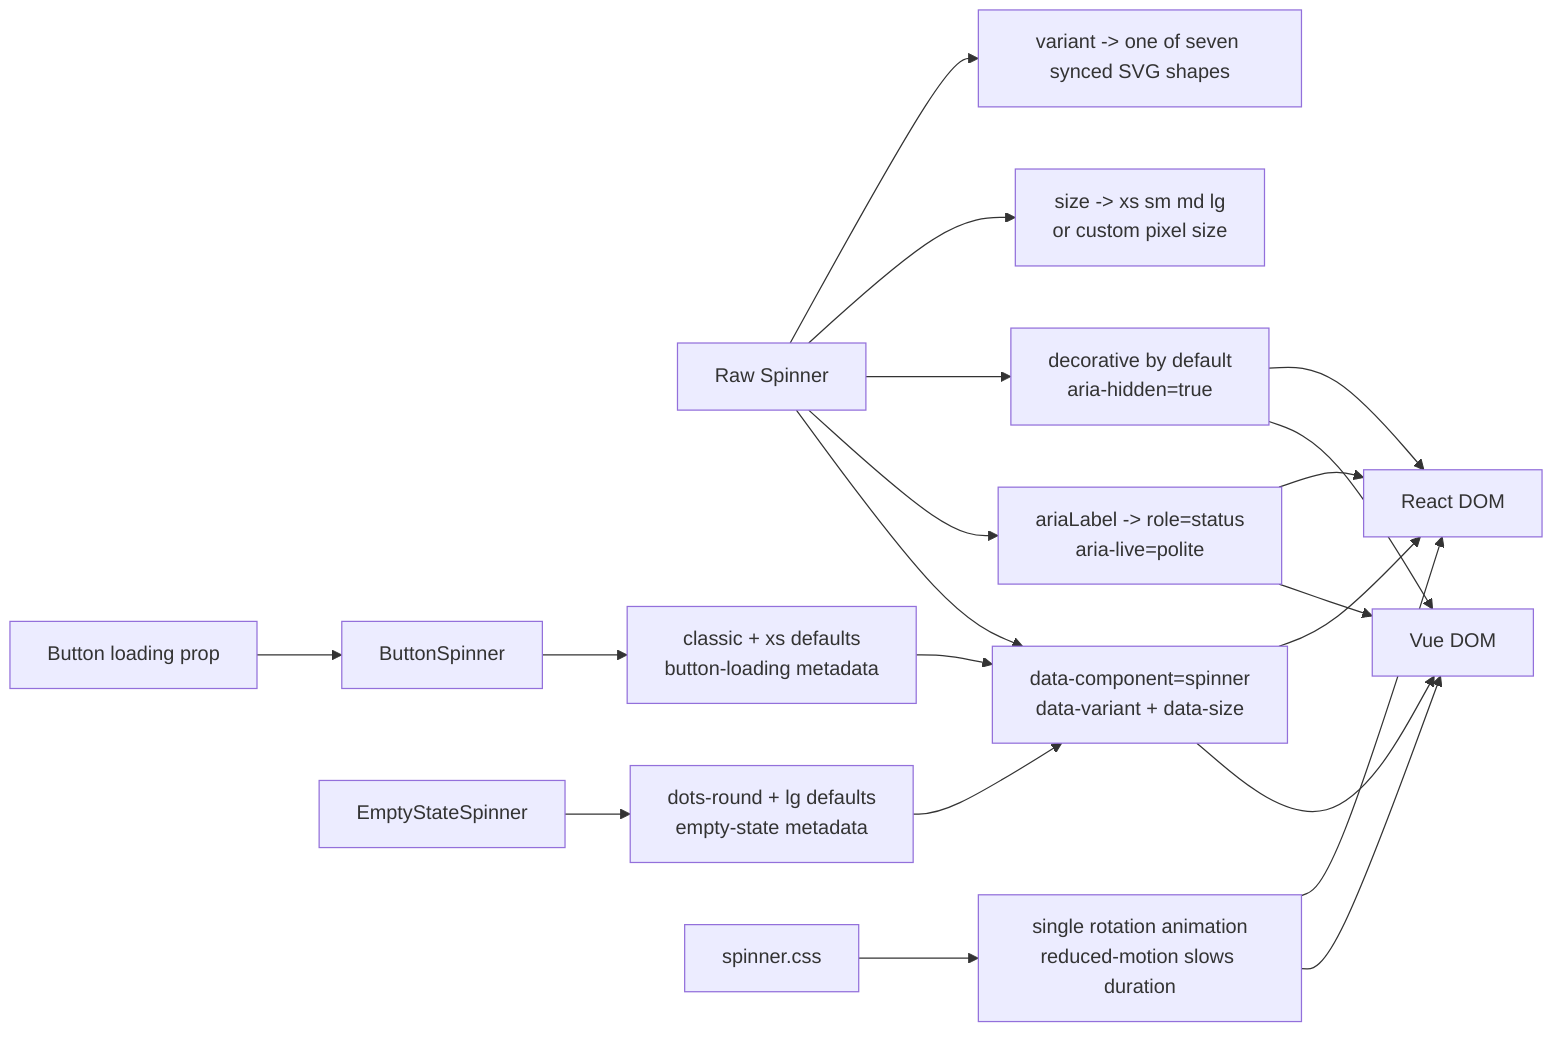
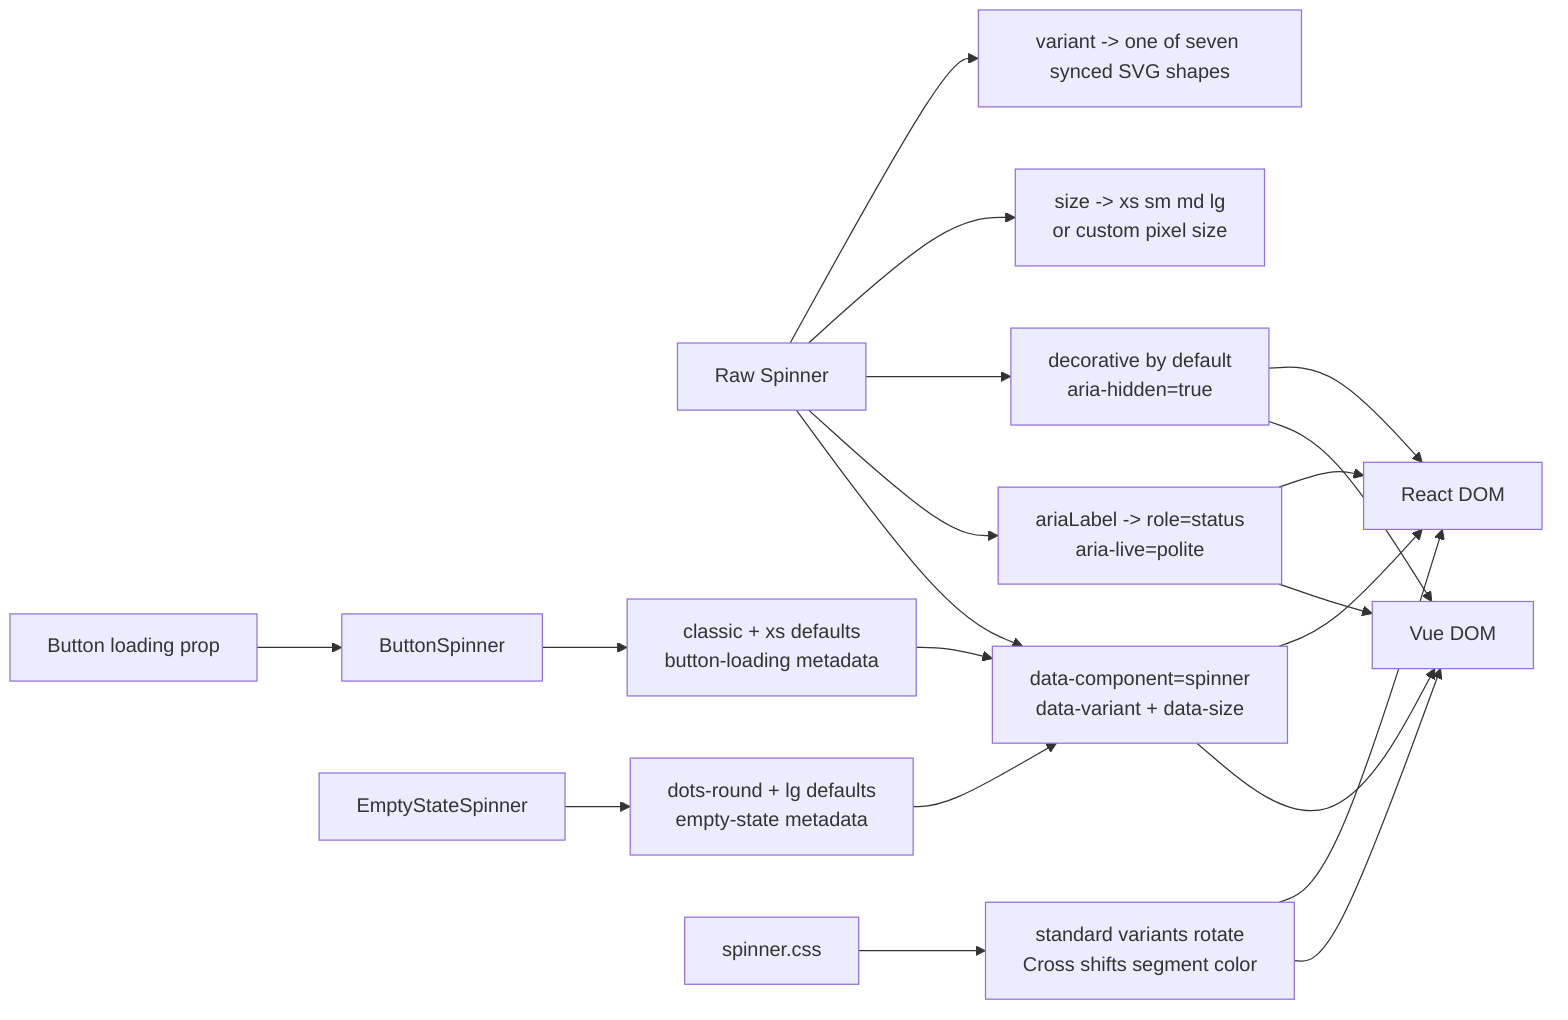
flowchart LR
  RawSpinner["Raw Spinner"] --> VariantGeometry["variant -> one of seven synced SVG shapes"]
  RawSpinner --> SizeData["size -> xs sm md lg\nor custom pixel size"]
  RawSpinner --> DefaultA11y["decorative by default\naria-hidden=true"]
  RawSpinner --> StatusMode["ariaLabel -> role=status\naria-live=polite"]
  RawSpinner --> LocalData["data-component=spinner\ndata-variant + data-size"]

  ButtonSpinner["ButtonSpinner"] --> ButtonDefaults["classic + xs defaults\nbutton-loading metadata"]
  EmptyStateSpinner["EmptyStateSpinner"] --> EmptyStateDefaults["dots-round + lg defaults\nempty-state metadata"]

  ButtonLoading["Button loading prop"] --> ButtonSpinner
  ButtonDefaults --> LocalData
  EmptyStateDefaults --> LocalData

-   CssMotion["spinner.css"] --> Rotation["single rotation animation\nreduced-motion slows duration"]
+   CssMotion["spinner.css"] --> Rotation["standard variants rotate\nCross shifts segment color"]
  Rotation --> ReactDom["React DOM"]
  Rotation --> VueDom["Vue DOM"]
  LocalData --> ReactDom
  LocalData --> VueDom
  DefaultA11y --> ReactDom
  DefaultA11y --> VueDom
  StatusMode --> ReactDom
  StatusMode --> VueDom
